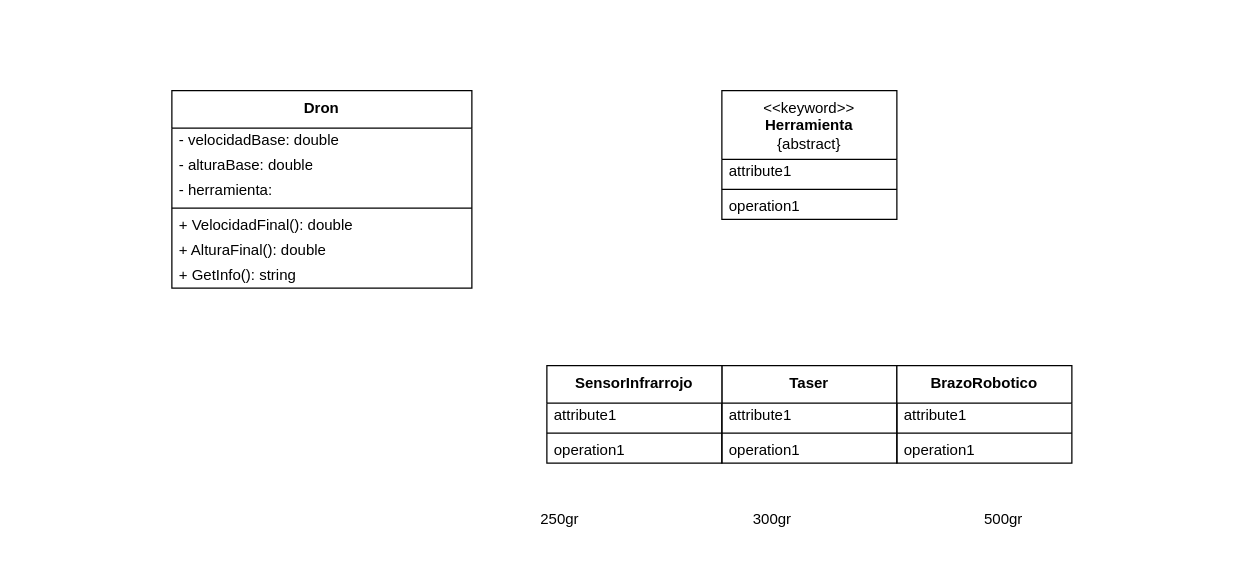
This is page "CS" (1 of 2) of src/Guia01/EJ14/01EJ14CS.dio from gastonjavierricchiardi/ejercicios-csharp-utn-2026, a draw.io file, before an edit. Source tidied: cells renumbered, new cells numbered last; positions are measured from the earlier drawing's top-left corner, leaving out a move shared by most shapes. Both pictures are drawn from the tidied source at 125%, with x=0, y=0 at pixel (171, 90).
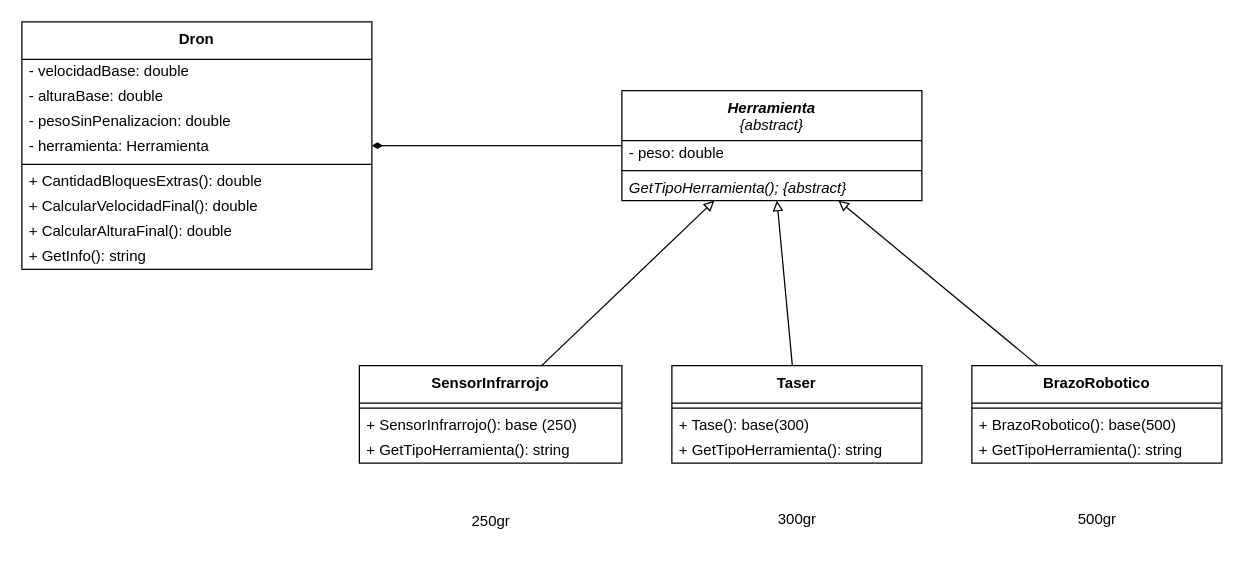
The same diagram, later.

What changed in the source:
```diff
@@
-    <mxCell id="2" value="&amp;lt;&amp;lt;keyword&amp;gt;&amp;gt;&lt;br&gt;&lt;b&gt;Herramienta&lt;/b&gt;&lt;br&gt;{abstract}" style="swimlane;fontStyle=0;align=center;verticalAlign=top;horizontal=1;startSize=55;html=1;whiteSpace=wrap;" parent="1" vertex="1">
-      <mxGeometry x="440" width="140" height="103" as="geometry" />
+    <mxCell id="2" value="&lt;i&gt;&lt;b&gt;Herramienta&lt;/b&gt;&lt;br&gt;{abstract}&lt;/i&gt;" style="swimlane;fontStyle=0;align=center;verticalAlign=top;horizontal=1;startSize=40;html=1;whiteSpace=wrap;" parent="1" vertex="1">
+      <mxGeometry x="360" width="240" height="88" as="geometry" />
     </mxCell>
-    <mxCell id="3" value="attribute1" style="text;html=1;strokeColor=none;fillColor=none;align=left;verticalAlign=middle;spacingLeft=4;spacingRight=4;overflow=hidden;whiteSpace=wrap;" parent="2" vertex="1">
-      <mxGeometry y="55" width="140" height="20" as="geometry" />
+    <mxCell id="3" value="- peso: double" style="text;html=1;strokeColor=none;fillColor=none;align=left;verticalAlign=middle;spacingLeft=4;spacingRight=4;overflow=hidden;whiteSpace=wrap;" parent="2" vertex="1">
+      <mxGeometry y="40" width="240" height="20" as="geometry" />
     </mxCell>
     <mxCell id="4" style="line;strokeWidth=1;fillColor=none;align=left;verticalAlign=middle;spacingTop=-1;spacingLeft=3;spacingRight=3;labelPosition=right;" parent="2" vertex="1">
-      <mxGeometry y="75" width="140" height="8" as="geometry" />
+      <mxGeometry y="60" width="240" height="8" as="geometry" />
     </mxCell>
-    <mxCell id="5" value="operation1" style="text;html=1;strokeColor=none;fillColor=none;align=left;verticalAlign=middle;spacingLeft=4;spacingRight=4;overflow=hidden;whiteSpace=wrap;" parent="2" vertex="1">
-      <mxGeometry y="83" width="140" height="20" as="geometry" />
+    <mxCell id="5" value="GetTipoHerramienta(); {abstract}" style="text;html=1;strokeColor=none;fillColor=none;align=left;verticalAlign=middle;spacingLeft=4;spacingRight=4;overflow=hidden;whiteSpace=wrap;fontStyle=2;" parent="2" vertex="1">
+      <mxGeometry y="68" width="240" height="20" as="geometry" />
     </mxCell>
+    <mxCell id="29" style="edgeStyle=none;html=1;endArrow=block;endFill=0;" parent="1" edge="1" source="6" target="2">
+      <mxGeometry relative="1" as="geometry" />
+    </mxCell>
     <mxCell id="6" value="&lt;b&gt;Taser&lt;/b&gt;" style="swimlane;fontStyle=0;align=center;verticalAlign=top;horizontal=1;startSize=30;html=1;whiteSpace=wrap;" parent="1" vertex="1">
-      <mxGeometry x="440" y="220" width="140" height="78" as="geometry" />
+      <mxGeometry x="400" y="220" width="200" height="78" as="geometry" />
     </mxCell>
-    <mxCell id="7" value="attribute1" style="text;html=1;strokeColor=none;fillColor=none;align=left;verticalAlign=middle;spacingLeft=4;spacingRight=4;overflow=hidden;whiteSpace=wrap;" parent="6" vertex="1">
-      <mxGeometry y="30" width="140" height="20" as="geometry" />
-    </mxCell>
     <mxCell id="8" style="line;strokeWidth=1;fillColor=none;align=left;verticalAlign=middle;spacingTop=-1;spacingLeft=3;spacingRight=3;labelPosition=right;" parent="6" vertex="1">
-      <mxGeometry y="50" width="140" height="8" as="geometry" />
+      <mxGeometry y="30" width="200" height="8" as="geometry" />
     </mxCell>
-    <mxCell id="9" value="operation1" style="text;html=1;strokeColor=none;fillColor=none;align=left;verticalAlign=middle;spacingLeft=4;spacingRight=4;overflow=hidden;whiteSpace=wrap;" parent="6" vertex="1">
-      <mxGeometry y="58" width="140" height="20" as="geometry" />
+    <mxCell id="9" value="+ Tase(): base(300)" style="text;html=1;strokeColor=none;fillColor=none;align=left;verticalAlign=middle;spacingLeft=4;spacingRight=4;overflow=hidden;whiteSpace=wrap;" parent="6" vertex="1">
+      <mxGeometry y="38" width="200" height="20" as="geometry" />
     </mxCell>
+    <mxCell id="30" value="+ GetTipoHerramienta(): string" style="text;html=1;strokeColor=none;fillColor=none;align=left;verticalAlign=middle;spacingLeft=4;spacingRight=4;overflow=hidden;whiteSpace=wrap;" parent="6" vertex="1">
+      <mxGeometry y="58" width="200" height="20" as="geometry" />
+    </mxCell>
+    <mxCell id="31" style="edgeStyle=none;html=1;endArrow=block;endFill=0;" parent="1" edge="1" source="10" target="2">
+      <mxGeometry relative="1" as="geometry" />
+    </mxCell>
     <mxCell id="10" value="&lt;b&gt;BrazoRobotico&lt;/b&gt;" style="swimlane;fontStyle=0;align=center;verticalAlign=top;horizontal=1;startSize=30;html=1;whiteSpace=wrap;" parent="1" vertex="1">
-      <mxGeometry x="580" y="220" width="140" height="78" as="geometry" />
+      <mxGeometry x="640" y="220" width="200" height="78" as="geometry" />
     </mxCell>
-    <mxCell id="11" value="attribute1" style="text;html=1;strokeColor=none;fillColor=none;align=left;verticalAlign=middle;spacingLeft=4;spacingRight=4;overflow=hidden;whiteSpace=wrap;" parent="10" vertex="1">
-      <mxGeometry y="30" width="140" height="20" as="geometry" />
-    </mxCell>
     <mxCell id="12" style="line;strokeWidth=1;fillColor=none;align=left;verticalAlign=middle;spacingTop=-1;spacingLeft=3;spacingRight=3;labelPosition=right;" parent="10" vertex="1">
-      <mxGeometry y="50" width="140" height="8" as="geometry" />
+      <mxGeometry y="30" width="200" height="8" as="geometry" />
     </mxCell>
-    <mxCell id="13" value="operation1" style="text;html=1;strokeColor=none;fillColor=none;align=left;verticalAlign=middle;spacingLeft=4;spacingRight=4;overflow=hidden;whiteSpace=wrap;" parent="10" vertex="1">
-      <mxGeometry y="58" width="140" height="20" as="geometry" />
+    <mxCell id="13" value="+ BrazoRobotico(): base(500)" style="text;html=1;strokeColor=none;fillColor=none;align=left;verticalAlign=middle;spacingLeft=4;spacingRight=4;overflow=hidden;whiteSpace=wrap;" parent="10" vertex="1">
+      <mxGeometry y="38" width="200" height="20" as="geometry" />
     </mxCell>
+    <mxCell id="32" value="+ GetTipoHerramienta(): string" style="text;html=1;strokeColor=none;fillColor=none;align=left;verticalAlign=middle;spacingLeft=4;spacingRight=4;overflow=hidden;whiteSpace=wrap;" parent="10" vertex="1">
+      <mxGeometry y="58" width="200" height="20" as="geometry" />
+    </mxCell>
+    <mxCell id="33" style="edgeStyle=none;html=1;endArrow=block;endFill=0;" parent="1" edge="1" source="14" target="2">
+      <mxGeometry relative="1" as="geometry" />
+    </mxCell>
     <mxCell id="14" value="&lt;b&gt;SensorInfrarrojo&lt;/b&gt;" style="swimlane;fontStyle=0;align=center;verticalAlign=top;horizontal=1;startSize=30;html=1;whiteSpace=wrap;" parent="1" vertex="1">
-      <mxGeometry x="300" y="220" width="140" height="78" as="geometry" />
+      <mxGeometry x="150" y="220" width="210" height="78" as="geometry" />
     </mxCell>
-    <mxCell id="15" value="attribute1" style="text;html=1;strokeColor=none;fillColor=none;align=left;verticalAlign=middle;spacingLeft=4;spacingRight=4;overflow=hidden;whiteSpace=wrap;" parent="14" vertex="1">
-      <mxGeometry y="30" width="140" height="20" as="geometry" />
-    </mxCell>
     <mxCell id="16" style="line;strokeWidth=1;fillColor=none;align=left;verticalAlign=middle;spacingTop=-1;spacingLeft=3;spacingRight=3;labelPosition=right;" parent="14" vertex="1">
-      <mxGeometry y="50" width="140" height="8" as="geometry" />
+      <mxGeometry y="30" width="210" height="8" as="geometry" />
     </mxCell>
-    <mxCell id="17" value="operation1" style="text;html=1;strokeColor=none;fillColor=none;align=left;verticalAlign=middle;spacingLeft=4;spacingRight=4;overflow=hidden;whiteSpace=wrap;" parent="14" vertex="1">
-      <mxGeometry y="58" width="140" height="20" as="geometry" />
+    <mxCell id="17" value="+ SensorInfrarrojo(): base (250)" style="text;html=1;strokeColor=none;fillColor=none;align=left;verticalAlign=middle;spacingLeft=4;spacingRight=4;overflow=hidden;whiteSpace=wrap;" parent="14" vertex="1">
+      <mxGeometry y="38" width="210" height="20" as="geometry" />
     </mxCell>
+    <mxCell id="34" value="+ GetTipoHerramienta(): string" style="text;html=1;strokeColor=none;fillColor=none;align=left;verticalAlign=middle;spacingLeft=4;spacingRight=4;overflow=hidden;whiteSpace=wrap;" parent="14" vertex="1">
+      <mxGeometry y="58" width="210" height="20" as="geometry" />
+    </mxCell>
+    <mxCell id="35" style="edgeStyle=none;html=1;startArrow=diamondThin;startFill=1;endArrow=none;endFill=0;" parent="1" edge="1" source="18" target="2">
+      <mxGeometry relative="1" as="geometry" />
+    </mxCell>
     <mxCell id="18" value="&lt;b&gt;Dron&lt;/b&gt;" style="swimlane;fontStyle=0;align=center;verticalAlign=top;horizontal=1;startSize=30;html=1;whiteSpace=wrap;" parent="1" vertex="1">
-      <mxGeometry width="240" height="158" as="geometry" />
+      <mxGeometry x="-120" y="-55" width="280" height="198" as="geometry" />
     </mxCell>
     <mxCell id="19" value="- velocidadBase: double" style="text;html=1;strokeColor=none;fillColor=none;align=left;verticalAlign=middle;spacingLeft=4;spacingRight=4;overflow=hidden;whiteSpace=wrap;" parent="18" vertex="1">
-      <mxGeometry y="30" width="240" height="20" as="geometry" />
+      <mxGeometry y="30" width="280" height="20" as="geometry" />
     </mxCell>
     <mxCell id="20" value="- alturaBase: double" style="text;html=1;strokeColor=none;fillColor=none;align=left;verticalAlign=middle;spacingLeft=4;spacingRight=4;overflow=hidden;whiteSpace=wrap;" parent="18" vertex="1">
-      <mxGeometry y="50" width="240" height="20" as="geometry" />
+      <mxGeometry y="50" width="280" height="20" as="geometry" />
     </mxCell>
+    <mxCell id="36" value="- pesoSinPenalizacion: double" style="text;html=1;strokeColor=none;fillColor=none;align=left;verticalAlign=middle;spacingLeft=4;spacingRight=4;overflow=hidden;whiteSpace=wrap;" parent="18" vertex="1">
+      <mxGeometry y="70" width="280" height="20" as="geometry" />
+    </mxCell>
-    <mxCell id="21" value="- herramienta:" style="text;html=1;strokeColor=none;fillColor=none;align=left;verticalAlign=middle;spacingLeft=4;spacingRight=4;overflow=hidden;whiteSpace=wrap;" parent="18" vertex="1">
-      <mxGeometry y="70" width="240" height="20" as="geometry" />
+    <mxCell id="21" value="- herramienta: Herramienta" style="text;html=1;strokeColor=none;fillColor=none;align=left;verticalAlign=middle;spacingLeft=4;spacingRight=4;overflow=hidden;whiteSpace=wrap;" parent="18" vertex="1">
+      <mxGeometry y="90" width="280" height="20" as="geometry" />
     </mxCell>
     <mxCell id="22" style="line;strokeWidth=1;fillColor=none;align=left;verticalAlign=middle;spacingTop=-1;spacingLeft=3;spacingRight=3;labelPosition=right;" parent="18" vertex="1">
-      <mxGeometry y="90" width="240" height="8" as="geometry" />
+      <mxGeometry y="110" width="280" height="8" as="geometry" />
     </mxCell>
+    <mxCell id="37" value="&lt;span style=&quot;color: rgb(0, 0, 0);&quot;&gt;+ CantidadBloquesExtras(): double&lt;/span&gt;" style="text;html=1;strokeColor=none;fillColor=none;align=left;verticalAlign=middle;spacingLeft=4;spacingRight=4;overflow=hidden;whiteSpace=wrap;" parent="18" vertex="1">
+      <mxGeometry y="118" width="280" height="20" as="geometry" />
+    </mxCell>
-    <mxCell id="23" value="&lt;span style=&quot;color: rgb(0, 0, 0);&quot;&gt;+ VelocidadFinal(): double&lt;/span&gt;" style="text;html=1;strokeColor=none;fillColor=none;align=left;verticalAlign=middle;spacingLeft=4;spacingRight=4;overflow=hidden;whiteSpace=wrap;" parent="18" vertex="1">
-      <mxGeometry y="98" width="240" height="20" as="geometry" />
+    <mxCell id="23" value="&lt;span style=&quot;color: rgb(0, 0, 0);&quot;&gt;+ CalcularVelocidadFinal(): double&lt;/span&gt;" style="text;html=1;strokeColor=none;fillColor=none;align=left;verticalAlign=middle;spacingLeft=4;spacingRight=4;overflow=hidden;whiteSpace=wrap;" parent="18" vertex="1">
+      <mxGeometry y="138" width="280" height="20" as="geometry" />
     </mxCell>
-    <mxCell id="24" value="&lt;span style=&quot;color: rgb(0, 0, 0);&quot;&gt;+ AlturaFinal(): double&lt;/span&gt;" style="text;html=1;strokeColor=none;fillColor=none;align=left;verticalAlign=middle;spacingLeft=4;spacingRight=4;overflow=hidden;whiteSpace=wrap;" parent="18" vertex="1">
-      <mxGeometry y="118" width="240" height="20" as="geometry" />
+    <mxCell id="24" value="&lt;span style=&quot;color: rgb(0, 0, 0);&quot;&gt;+ CalcularAlturaFinal(): double&lt;/span&gt;" style="text;html=1;strokeColor=none;fillColor=none;align=left;verticalAlign=middle;spacingLeft=4;spacingRight=4;overflow=hidden;whiteSpace=wrap;" parent="18" vertex="1">
+      <mxGeometry y="158" width="280" height="20" as="geometry" />
     </mxCell>
     <mxCell id="25" value="&lt;span style=&quot;color: rgb(0, 0, 0);&quot;&gt;+ GetInfo(): string&lt;/span&gt;" style="text;html=1;strokeColor=none;fillColor=none;align=left;verticalAlign=middle;spacingLeft=4;spacingRight=4;overflow=hidden;whiteSpace=wrap;" parent="18" vertex="1">
-      <mxGeometry y="138" width="240" height="20" as="geometry" />
+      <mxGeometry y="178" width="280" height="20" as="geometry" />
     </mxCell>
     <mxCell id="26" value="250gr" style="text;html=1;align=center;verticalAlign=middle;strokeColor=none;fillColor=none;" parent="1" vertex="1">
-      <mxGeometry x="285" y="328" width="50" height="30" as="geometry" />
+      <mxGeometry x="230" y="330" width="50" height="30" as="geometry" />
     </mxCell>
     <mxCell id="27" value="300gr" style="text;html=1;align=center;verticalAlign=middle;strokeColor=none;fillColor=none;" parent="1" vertex="1">
-      <mxGeometry x="455" y="328" width="50" height="30" as="geometry" />
+      <mxGeometry x="475" y="328" width="50" height="30" as="geometry" />
     </mxCell>
     <mxCell id="28" value="500gr" style="text;html=1;align=center;verticalAlign=middle;strokeColor=none;fillColor=none;" parent="1" vertex="1">
-      <mxGeometry x="640" y="328" width="50" height="30" as="geometry" />
+      <mxGeometry x="715" y="328" width="50" height="30" as="geometry" />
     </mxCell>
```
